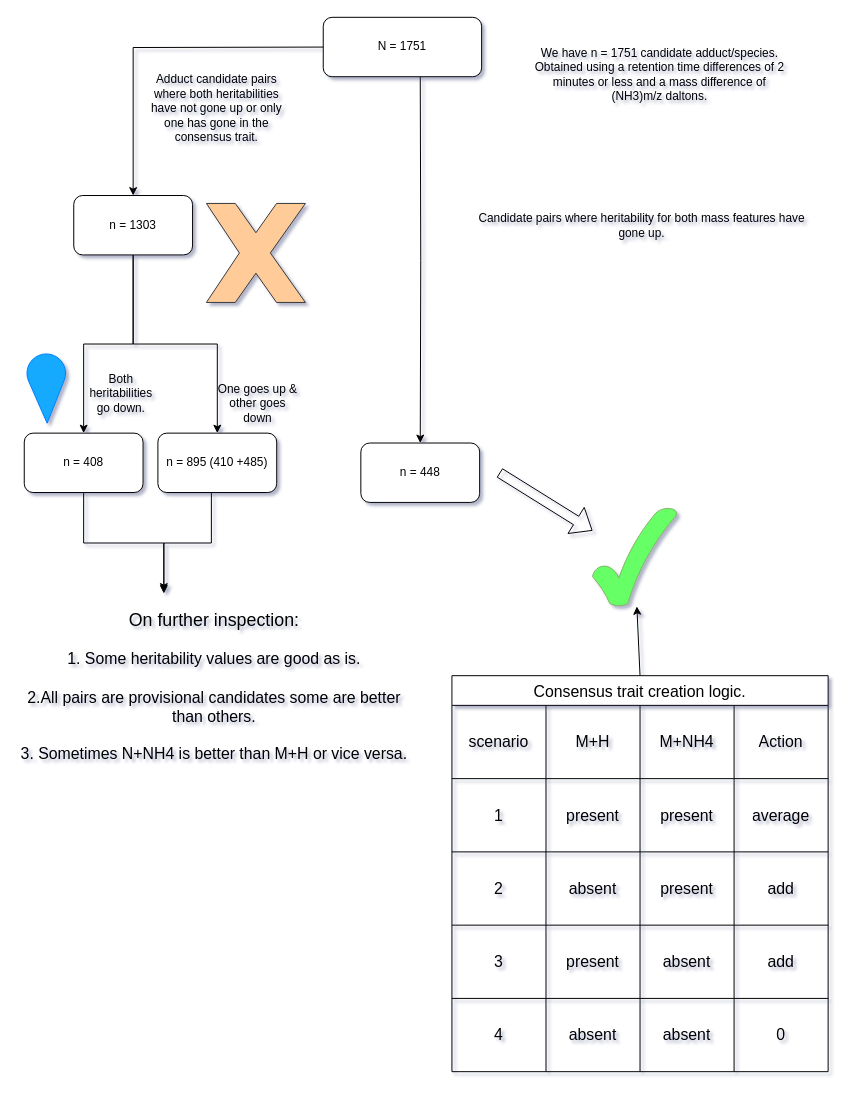
The draw.io diagram page "Page-2" (1 of 2) of adduct_binning_decision_tree.drawio in RijanHasTwoEars7/draw_io_illustrations, before the edit. Source tidied: cells renumbered, new cells numbered last; positions are measured from the earlier drawing's top-left corner, leaving out a move shared by most shapes. Both pictures are drawn from the tidied source at 99%, with x=0, y=0 at pixel (17, 17).
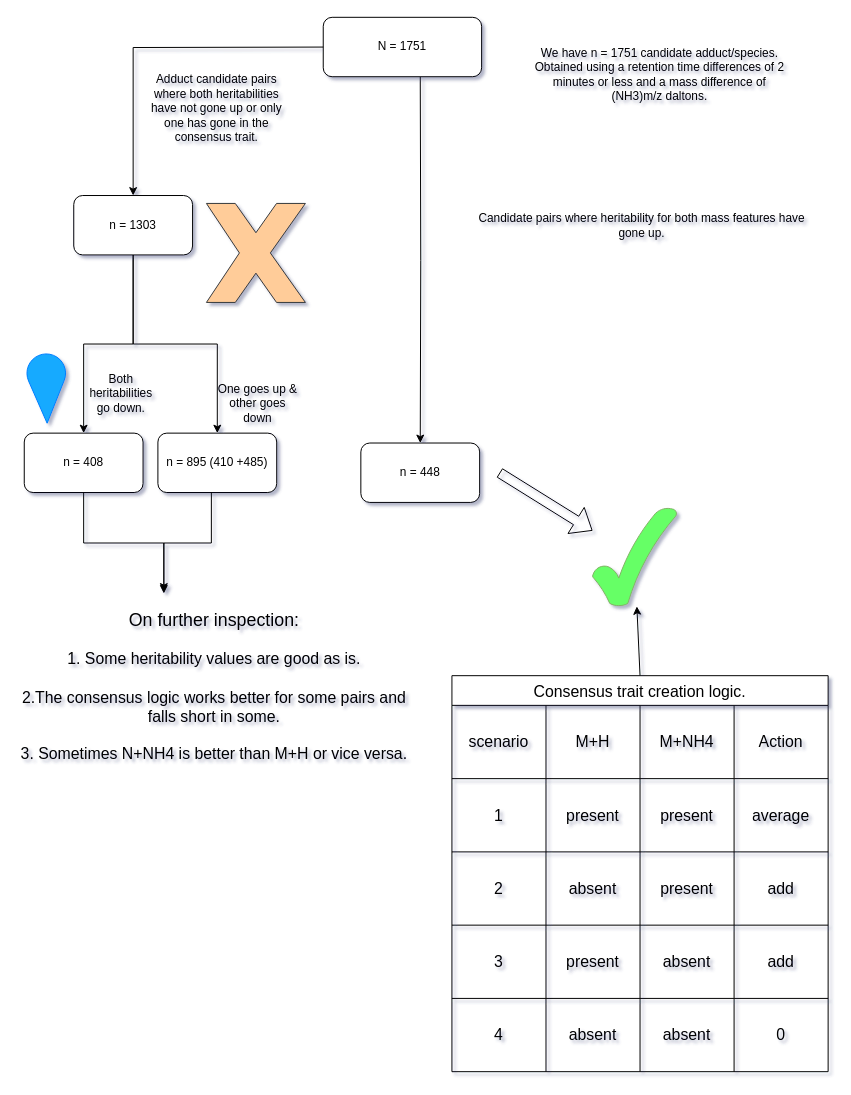
The same page after the edit.

Commit message:
chaging to better language

Diff of the diagram source:
```diff
@@
-    <mxCell id="18" value="&lt;div&gt;&lt;font style=&quot;font-size: 18px;&quot;&gt;On further inspection:&lt;/font&gt;&lt;/div&gt;&lt;div&gt;&lt;font size=&quot;3&quot;&gt;&lt;br&gt;&lt;/font&gt;&lt;/div&gt;&lt;div&gt;&lt;font size=&quot;3&quot;&gt;1. Some heritability values are good as is.&lt;br&gt;&lt;/font&gt;&lt;/div&gt;&lt;div&gt;&lt;font size=&quot;3&quot;&gt;&lt;br&gt;&lt;/font&gt;&lt;/div&gt;&lt;div&gt;&lt;font size=&quot;3&quot;&gt;2.All pairs are provisional candidates some are better than others.&lt;br&gt;&lt;/font&gt;&lt;/div&gt;&lt;div&gt;&lt;font size=&quot;3&quot;&gt;&lt;br&gt;&lt;/font&gt;&lt;/div&gt;&lt;div&gt;&lt;font size=&quot;3&quot;&gt;3. Sometimes N+NH4 is better than M+H or vice versa.&lt;br&gt;&lt;/font&gt;&lt;/div&gt;" style="text;html=1;strokeColor=none;fillColor=none;align=center;verticalAlign=middle;whiteSpace=wrap;rounded=0;" parent="1" vertex="1">
+    <mxCell id="18" value="&lt;div&gt;&lt;font style=&quot;font-size: 18px;&quot;&gt;On further inspection:&lt;/font&gt;&lt;/div&gt;&lt;div&gt;&lt;font size=&quot;3&quot;&gt;&lt;br&gt;&lt;/font&gt;&lt;/div&gt;&lt;div&gt;&lt;font size=&quot;3&quot;&gt;1. Some heritability values are good as is.&lt;br&gt;&lt;/font&gt;&lt;/div&gt;&lt;div&gt;&lt;font size=&quot;3&quot;&gt;&lt;br&gt;&lt;/font&gt;&lt;/div&gt;&lt;div&gt;&lt;font size=&quot;3&quot;&gt;2.The consensus logic works better for some pairs and falls short in some.&lt;br&gt;&lt;/font&gt;&lt;/div&gt;&lt;div&gt;&lt;font size=&quot;3&quot;&gt;&lt;br&gt;&lt;/font&gt;&lt;/div&gt;&lt;div&gt;&lt;font size=&quot;3&quot;&gt;3. Sometimes N+NH4 is better than M+H or vice versa.&lt;br&gt;&lt;/font&gt;&lt;/div&gt;" style="text;html=1;strokeColor=none;fillColor=none;align=center;verticalAlign=middle;whiteSpace=wrap;rounded=0;" parent="1" vertex="1">
       <mxGeometry y="582" width="398" height="187" as="geometry" />
     </mxCell>
```
